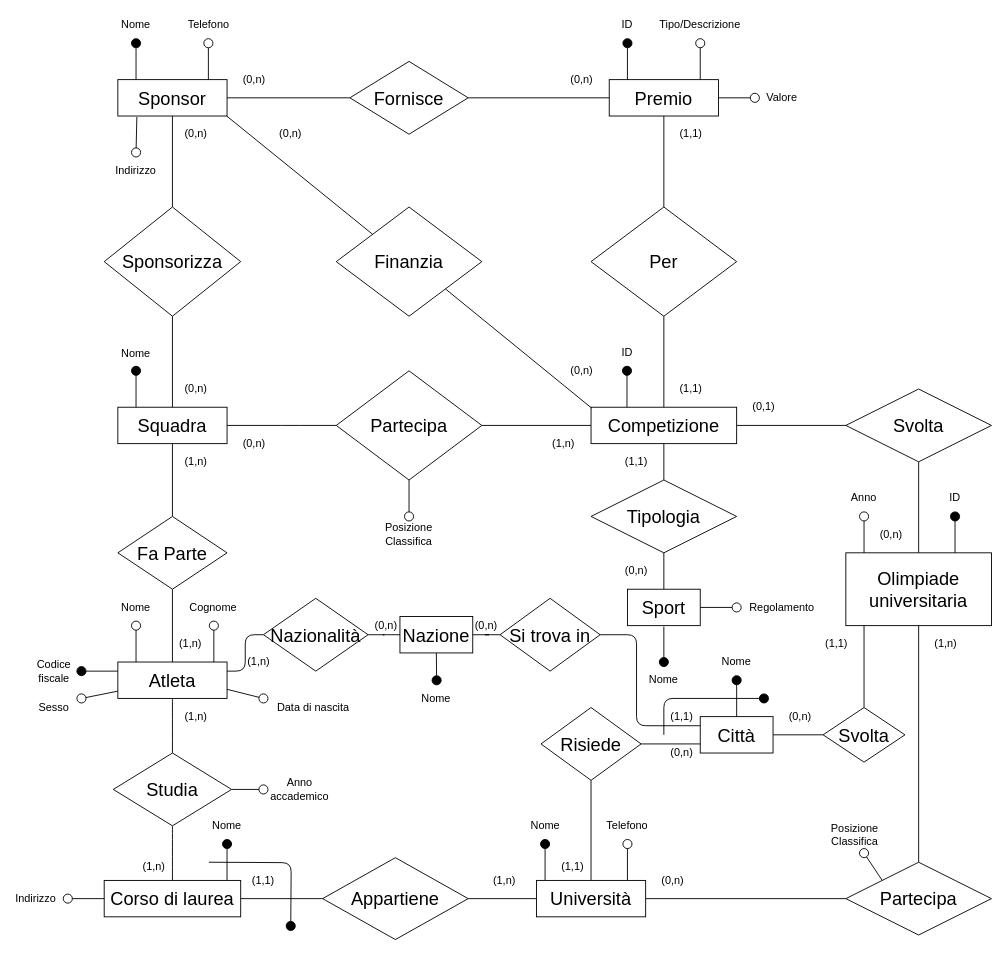
Earlier version of the draw.io diagram page "Schema E-R" (1 of 3) of Olimpiadi studentesche.drawio (giovannivelludo/database-project). Source tidied: cells renumbered, new cells numbered last; positions are measured from the earlier drawing's top-left corner, leaving out a move shared by most shapes. Both pictures are drawn from the tidied source at 91%, with x=0, y=0 at pixel (17, 15).
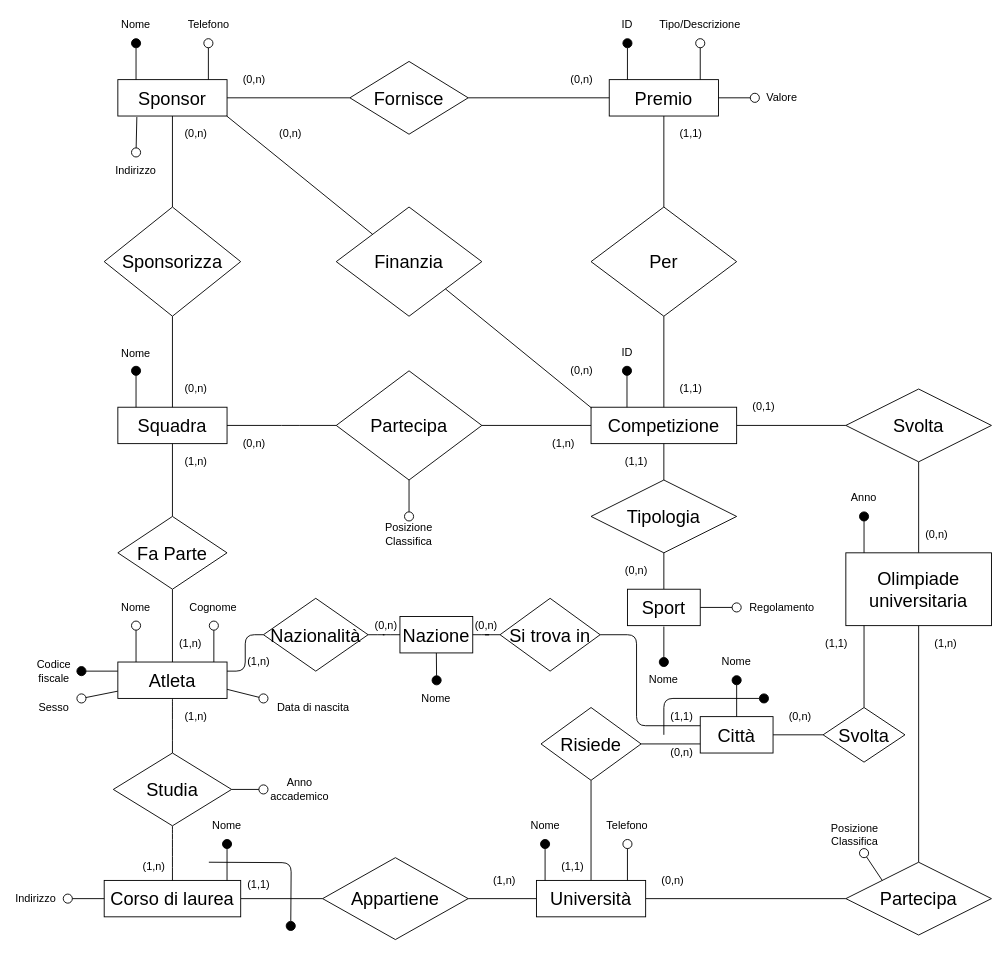
Above is the later version.

Commit message:
olimpiade è identificata dall'anno

What changed in the source:
```diff
@@
     <mxCell id="41" value="(0,n)" style="text;html=1;strokeColor=none;fillColor=none;align=center;verticalAlign=middle;whiteSpace=wrap;rounded=0;" parent="1" vertex="1">
-      <mxGeometry x="940" y="560" width="40" height="20" as="geometry" />
+      <mxGeometry x="990" y="560" width="40" height="20" as="geometry" />
     </mxCell>
@@
     <mxCell id="68" value="&lt;div&gt;(1,1)&lt;/div&gt;" style="text;html=1;strokeColor=none;fillColor=none;align=center;verticalAlign=middle;whiteSpace=wrap;rounded=0;" parent="1" vertex="1">
-      <mxGeometry x="250" y="940" width="40" height="20" as="geometry" />
+      <mxGeometry x="245" y="945" width="40" height="20" as="geometry" />
     </mxCell>
@@
-    <mxCell id="75" style="endArrow=oval;html=1;endFill=1;endSize=10;" parent="1" edge="1">
-      <mxGeometry relative="1" as="geometry">
-        <mxPoint x="1030" y="590" as="sourcePoint" />
-        <mxPoint x="1030" y="550" as="targetPoint" />
-      </mxGeometry>
-    </mxCell>
-    <mxCell id="76" value="ID" style="text;html=1;strokeColor=none;fillColor=none;align=center;verticalAlign=middle;whiteSpace=wrap;rounded=0;" parent="1" vertex="1">
-      <mxGeometry x="1010" y="520" width="40" height="20" as="geometry" />
-    </mxCell>
@@
-    <mxCell id="96" style="endArrow=oval;html=1;endFill=0;endSize=10;" parent="1" edge="1">
+    <mxCell id="96" style="endArrow=oval;html=1;endFill=1;endSize=10;" parent="1" edge="1">
       <mxGeometry relative="1" as="geometry">
         <mxPoint x="930" y="590" as="sourcePoint" />
         <mxPoint x="930" y="550" as="targetPoint" />
       </mxGeometry>
     </mxCell>
```
